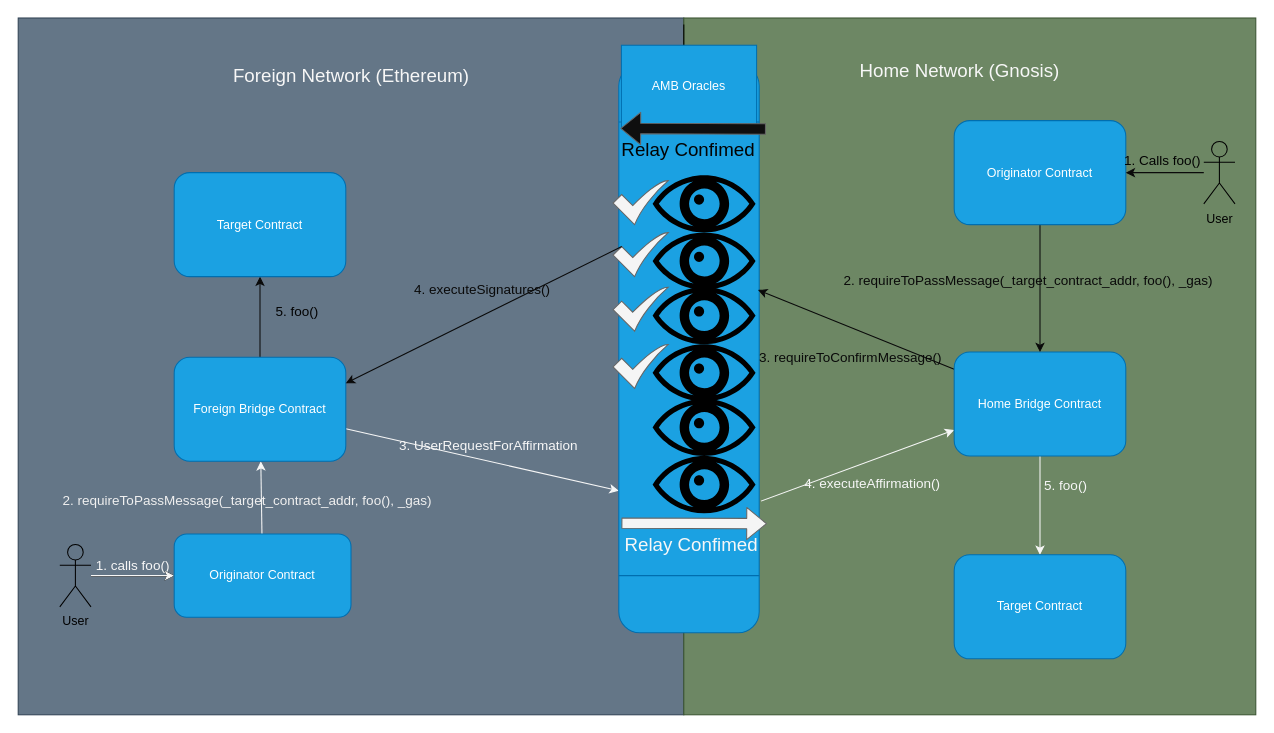
This is static/img/bridges/tokenbridge/amb-bridge-contract-flow.drawio from gnosischain/documentation, a draw.io file, before an edit. Source tidied: cells renumbered, new cells numbered last; positions are measured from the earlier drawing's top-left corner, leaving out a move shared by most shapes. Both pictures are drawn from the tidied source at 104%, with x=0, y=0 at pixel (18, 18).
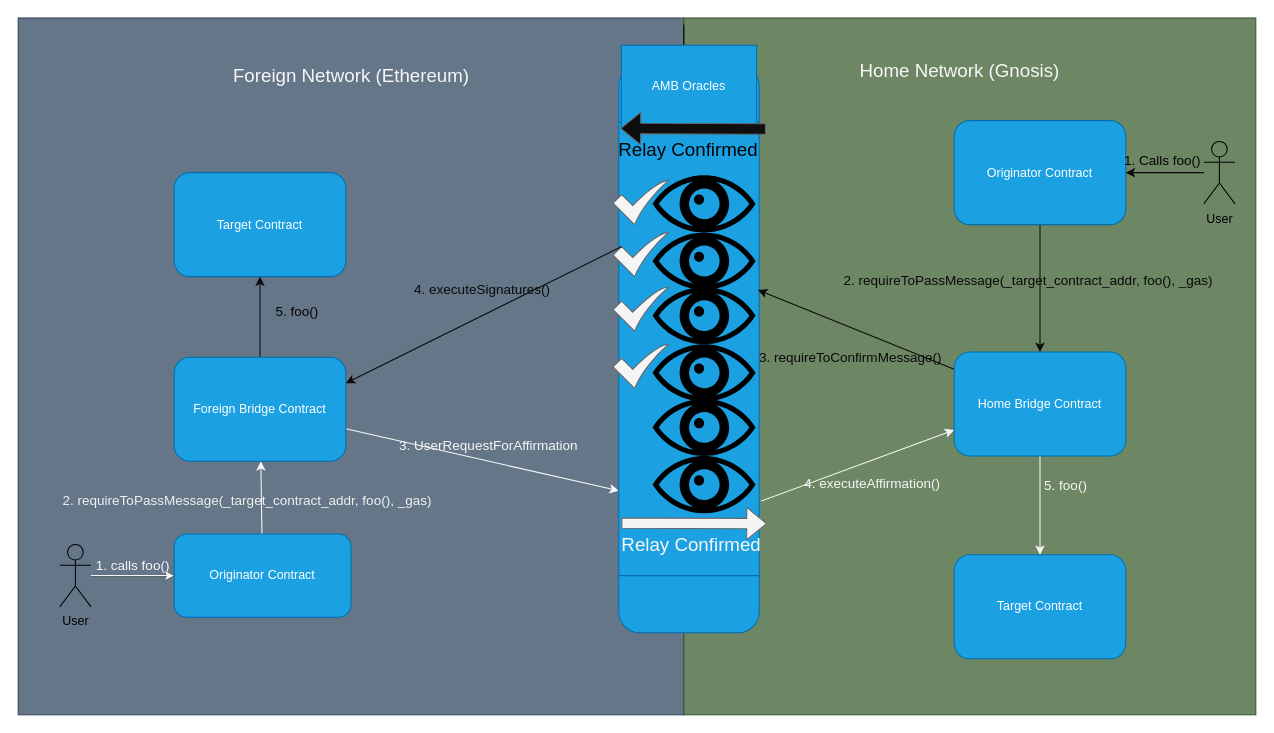
Above is the later version.

Unchanged cells that the change refers to:
```xml
<mxCell id="27" style="shape=flexArrow;endArrow=classic;html=1;fillColor=#f5f5f5;strokeColor=#666666;" parent="1" edge="1">
  <mxGeometry x="-0.29" y="-20" relative="1" as="geometry">
    <mxPoint x="580" y="485.5" as="sourcePoint" />
    <mxPoint x="720" y="486" as="targetPoint" />
  </mxGeometry>
</mxCell>
<mxCell id="40" style="shape=flexArrow;endArrow=classic;html=1;fillColor=#0F0F0F;strokeColor=#666666;" parent="1" edge="1">
  <mxGeometry x="-0.29" y="-20" relative="1" as="geometry">
    <mxPoint x="719" y="106.5" as="sourcePoint" />
    <mxPoint x="579" y="106" as="targetPoint" />
  </mxGeometry>
</mxCell>
```

Change to the diagram source:
```diff
@@
-    <mxCell id="28" value="Relay Confimed" style="edgeLabel;html=1;align=center;verticalAlign=middle;fontSize=18;fontColor=#F7F7F7;labelBackgroundColor=none;" parent="27" vertex="1">
+    <mxCell id="28" value="Relay Confirmed" style="edgeLabel;html=1;align=center;verticalAlign=middle;fontSize=18;fontColor=#F7F7F7;labelBackgroundColor=none;" parent="27" vertex="1">
       <mxGeometry x="0.21" y="1" relative="1" as="geometry">
         <mxPoint x="-19" y="22" as="offset" />
       </mxGeometry>
     </mxCell>
@@
-    <mxCell id="41" value="Relay Confimed" style="edgeLabel;html=1;align=center;verticalAlign=middle;fontSize=18;fontColor=#030303;labelBackgroundColor=none;" parent="40" vertex="1">
+    <mxCell id="41" value="Relay Confirmed" style="edgeLabel;html=1;align=center;verticalAlign=middle;fontSize=18;fontColor=#030303;labelBackgroundColor=none;" parent="40" vertex="1">
       <mxGeometry x="0.21" y="1" relative="1" as="geometry">
         <mxPoint x="10" y="19" as="offset" />
       </mxGeometry>
     </mxCell>
```
